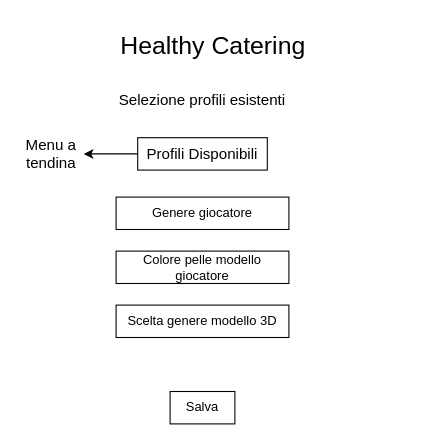
zSavT/Healthy-Catering keeps this draw.io diagram as doc/Progetti Drawio/Prototipi/PrototipoSelezioneProfilo.drawio. Above is the earlier version. Source tidied: cells renumbered, new cells numbered last; positions are measured from the earlier drawing's top-left corner, leaving out a move shared by most shapes. Both pictures are drawn from the tidied source at 108%, with x=0, y=0 at pixel (18, 18).
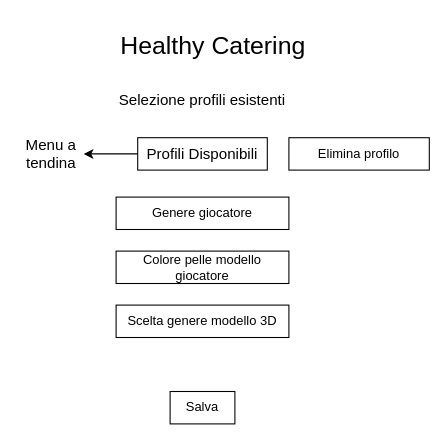
After the change.

Commit message (it also covers changes not shown here):
modificato prototipo selezione profilo

Diff of the diagram source:
```diff
@@
 <mxGraphModel>
   <root>
     <mxCell id="0" />
     <mxCell id="1" parent="0" />
     <mxCell id="2" value="&lt;font style=&quot;font-size: 23px&quot;&gt;Healthy Catering&lt;/font&gt;" style="text;html=1;strokeColor=none;fillColor=none;align=center;verticalAlign=middle;whiteSpace=wrap;rounded=0;" parent="1" vertex="1">
       <mxGeometry x="40" width="280" height="50" as="geometry" />
     </mxCell>
     <mxCell id="3" value="&lt;font style=&quot;font-size: 14px;&quot;&gt;Selezione profili esistenti&lt;/font&gt;" style="text;html=1;strokeColor=none;fillColor=none;align=center;verticalAlign=middle;whiteSpace=wrap;rounded=0;" parent="1" vertex="1">
       <mxGeometry x="85" y="60" width="170" height="30" as="geometry" />
     </mxCell>
     <mxCell id="4" value="Profili Disponibili" style="rounded=0;whiteSpace=wrap;html=1;fontSize=14;" parent="1" vertex="1">
       <mxGeometry x="110" y="110" width="120" height="30" as="geometry" />
     </mxCell>
     <mxCell id="5" style="endArrow=classic;html=1;rounded=0;fontSize=14;exitX=0;exitY=0.5;exitDx=0;exitDy=0;" parent="1" edge="1" source="4" target="6">
       <mxGeometry relative="1" as="geometry" />
     </mxCell>
     <mxCell id="6" value="Menu a tendina" style="text;html=1;strokeColor=none;fillColor=none;align=center;verticalAlign=middle;whiteSpace=wrap;rounded=0;fontSize=14;" parent="1" vertex="1">
       <mxGeometry y="110" width="60" height="30" as="geometry" />
     </mxCell>
     <mxCell id="7" value="Genere giocatore" style="rounded=0;whiteSpace=wrap;html=1;hachureGap=4;" parent="1" vertex="1">
       <mxGeometry x="90" y="165" width="160" height="30" as="geometry" />
     </mxCell>
     <mxCell id="8" value="Colore pelle modello giocatore" style="rounded=0;whiteSpace=wrap;html=1;hachureGap=4;" parent="1" vertex="1">
       <mxGeometry x="90" y="215" width="160" height="30" as="geometry" />
     </mxCell>
     <mxCell id="9" value="Scelta genere modello 3D" style="rounded=0;whiteSpace=wrap;html=1;hachureGap=4;" parent="1" vertex="1">
       <mxGeometry x="90" y="265" width="160" height="30" as="geometry" />
     </mxCell>
     <mxCell id="10" value="Salva" style="rounded=0;whiteSpace=wrap;html=1;hachureGap=4;" parent="1" vertex="1">
       <mxGeometry x="140" y="345" width="60" height="30" as="geometry" />
     </mxCell>
+    <mxCell id="11" value="Elimina profilo" style="rounded=0;whiteSpace=wrap;html=1;hachureGap=4;" parent="1" vertex="1">
+      <mxGeometry x="250" y="110" width="130" height="30" as="geometry" />
+    </mxCell>
   </root>
 </mxGraphModel>
```
